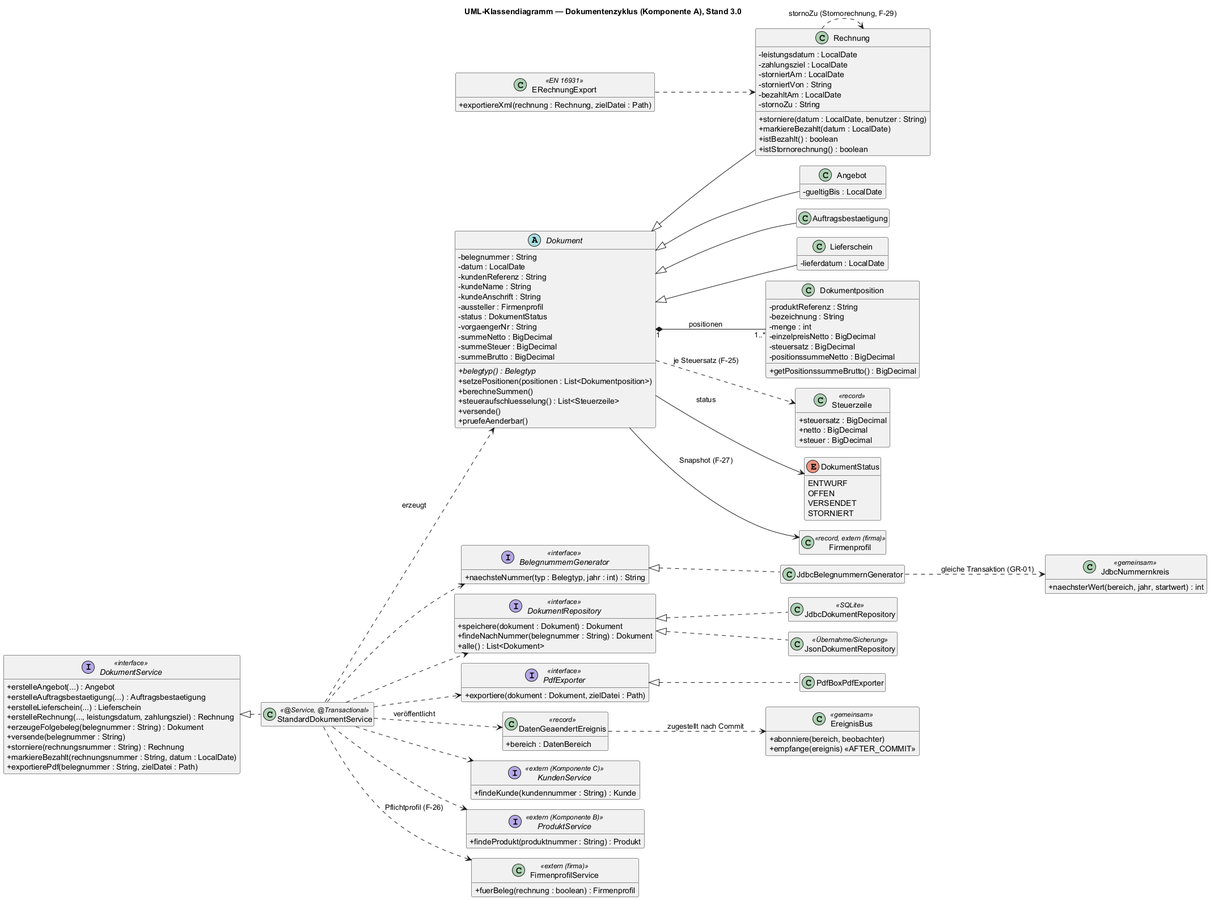
Above: dokumentation/diagramme/klassendiagramm_dokumentenzyklus.png in lucasstrubel/faktura (PlantUML), before the change.
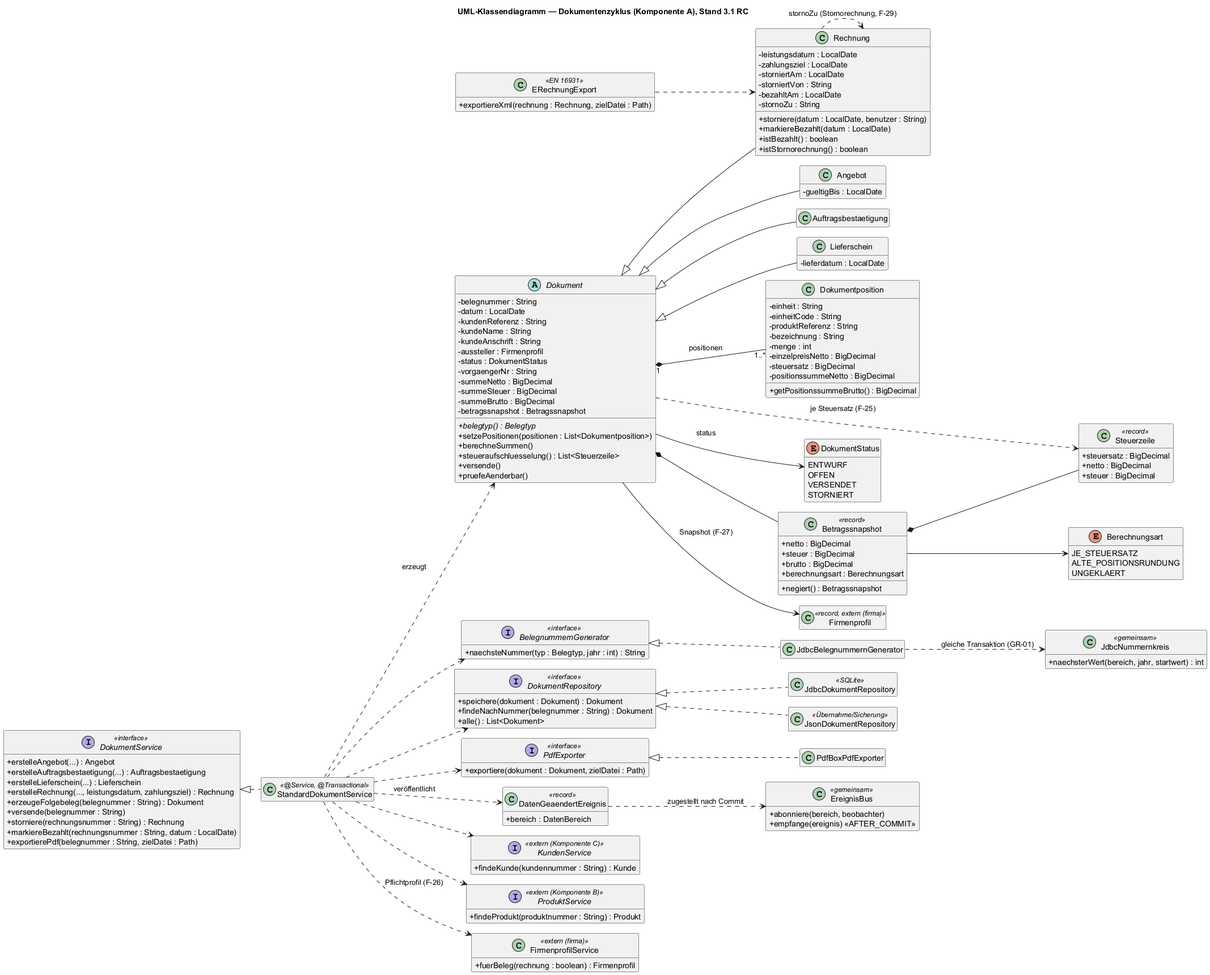
After the commit.

Change to the diagram source:
```diff
@@ -8,7 +8,7 @@
 hide empty members
 left to right direction
 
-title UML-Klassendiagramm — Dokumentenzyklus (Komponente A), Stand 3.0
+title UML-Klassendiagramm — Dokumentenzyklus (Komponente A), Stand 3.1 RC
 
 
 abstract class Dokument {
@@ -23,6 +23,7 @@
   - summeNetto : BigDecimal
   - summeSteuer : BigDecimal
   - summeBrutto : BigDecimal
+  - betragssnapshot : Betragssnapshot
   + {abstract} belegtyp() : Belegtyp
   + setzePositionen(positionen : List<Dokumentposition>)
   + berechneSummen()
@@ -56,6 +57,8 @@
 }
 
 class Dokumentposition {
+  - einheit : String
+  - einheitCode : String
   - produktReferenz : String
   - bezeichnung : String
   - menge : int
@@ -77,6 +80,22 @@
   VERSENDET
   STORNIERT
 }
+
+class Betragssnapshot <<record>> {
+  + netto : BigDecimal
+  + steuer : BigDecimal
+  + brutto : BigDecimal
+  + berechnungsart : Berechnungsart
+  + negiert() : Betragssnapshot
+}
+enum Berechnungsart {
+  JE_STEUERSATZ
+  ALTE_POSITIONSRUNDUNG
+  UNGEKLAERT
+}
+Dokument *-- Betragssnapshot
+Betragssnapshot *-- Steuerzeile
+Betragssnapshot --> Berechnungsart
 
 Dokument <|-- Angebot
 Dokument <|-- Auftragsbestaetigung
```
